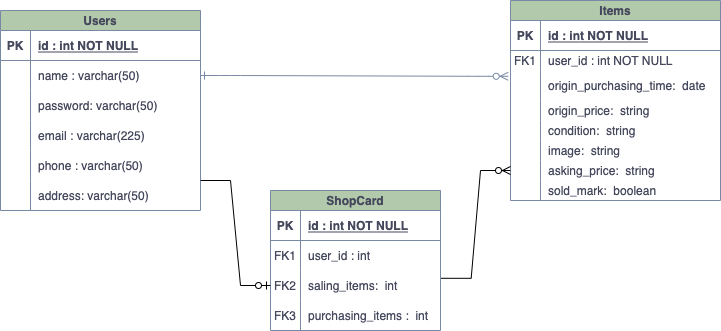
Above: images/thrift.drawio.png in janemzwangnj/onlineThriftShop-vueJs-Django-Python (draw.io), before the change. Source tidied: cells renumbered, new cells last; positions are measured from the earlier drawing's top-left corner, leaving out a move shared by most shapes.
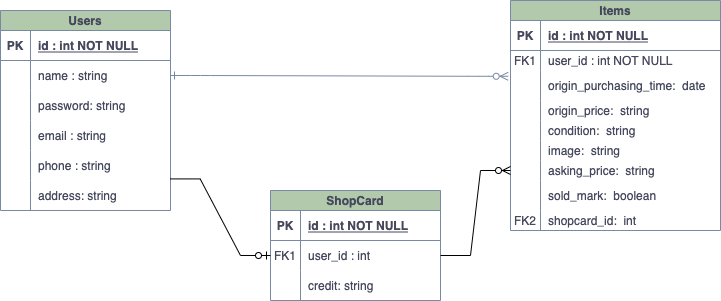
Later version of the same file.

What changed in the source:
```diff
@@ -6,64 +6,64 @@
       <mxGeometry relative="1" as="geometry" />
     </mxCell>
     <mxCell id="3" value="Users" style="shape=table;startSize=20;rowLines=0;fontStyle=1;align=center;fillColor=#B2C9AB;strokeColor=#788AA3;fontColor=#46495D;" parent="1" vertex="1">
-      <mxGeometry y="10" width="200" height="200" as="geometry" />
+      <mxGeometry y="10" width="170" height="200" as="geometry" />
     </mxCell>
     <mxCell id="4" style="shape=partialRectangle;fillColor=none;top=0;left=0;right=0;bottom=1;strokeColor=#788AA3;fontColor=#46495D;" parent="3" vertex="1">
-      <mxGeometry y="20" width="200" height="30" as="geometry" />
+      <mxGeometry y="20" width="170" height="30" as="geometry" />
     </mxCell>
     <mxCell id="5" value="PK" style="shape=partialRectangle;overflow=hidden;fillColor=none;top=0;left=0;bottom=0;right=0;fontStyle=1;strokeColor=#788AA3;fontColor=#46495D;" parent="4" vertex="1">
       <mxGeometry width="30" height="30" as="geometry" />
     </mxCell>
     <mxCell id="6" value="id : int NOT NULL " style="shape=partialRectangle;overflow=hidden;fillColor=none;top=0;left=0;bottom=0;right=0;align=left;spacingLeft=6;fontStyle=5;strokeColor=#788AA3;fontColor=#46495D;" parent="4" vertex="1">
-      <mxGeometry x="30" width="170" height="30" as="geometry" />
+      <mxGeometry x="30" width="140" height="30" as="geometry" />
     </mxCell>
     <mxCell id="7" style="shape=partialRectangle;fillColor=none;points=[[0,0.5],[1,0.5]];portConstraint=eastwest;top=0;left=0;right=0;bottom=0;strokeColor=#788AA3;fontColor=#46495D;" parent="3" vertex="1">
-      <mxGeometry y="50" width="200" height="30" as="geometry" />
+      <mxGeometry y="50" width="170" height="30" as="geometry" />
     </mxCell>
     <mxCell id="8" style="shape=partialRectangle;overflow=hidden;fillColor=none;top=0;left=0;bottom=0;right=0;strokeColor=#788AA3;fontColor=#46495D;" parent="7" vertex="1">
       <mxGeometry width="30" height="30" as="geometry" />
     </mxCell>
-    <mxCell id="9" value="name : varchar(50)" style="shape=partialRectangle;overflow=hidden;fillColor=none;top=0;left=0;bottom=0;right=0;align=left;spacingLeft=6;strokeColor=#788AA3;fontColor=#46495D;" parent="7" vertex="1">
-      <mxGeometry x="30" width="170" height="30" as="geometry" />
+    <mxCell id="9" value="name : string" style="shape=partialRectangle;overflow=hidden;fillColor=none;top=0;left=0;bottom=0;right=0;align=left;spacingLeft=6;strokeColor=#788AA3;fontColor=#46495D;" parent="7" vertex="1">
+      <mxGeometry x="30" width="140" height="30" as="geometry" />
     </mxCell>
     <mxCell id="10" style="shape=partialRectangle;fillColor=none;top=0;left=0;right=0;bottom=0;strokeColor=#788AA3;fontColor=#46495D;" parent="3" vertex="1">
-      <mxGeometry y="80" width="200" height="30" as="geometry" />
+      <mxGeometry y="80" width="170" height="30" as="geometry" />
     </mxCell>
     <mxCell id="11" style="shape=partialRectangle;overflow=hidden;fillColor=none;top=0;left=0;bottom=0;right=0;strokeColor=#788AA3;fontColor=#46495D;" parent="10" vertex="1">
       <mxGeometry width="30" height="30" as="geometry" />
     </mxCell>
-    <mxCell id="12" value="password: varchar(50)" style="shape=partialRectangle;overflow=hidden;fillColor=none;top=0;left=0;bottom=0;right=0;align=left;spacingLeft=6;strokeColor=#788AA3;fontColor=#46495D;" parent="10" vertex="1">
-      <mxGeometry x="30" width="170" height="30" as="geometry" />
+    <mxCell id="12" value="password: string" style="shape=partialRectangle;overflow=hidden;fillColor=none;top=0;left=0;bottom=0;right=0;align=left;spacingLeft=6;strokeColor=#788AA3;fontColor=#46495D;" parent="10" vertex="1">
+      <mxGeometry x="30" width="140" height="30" as="geometry" />
     </mxCell>
     <mxCell id="13" style="shape=partialRectangle;fillColor=none;top=0;left=0;right=0;bottom=0;strokeColor=#788AA3;fontColor=#46495D;" parent="3" vertex="1">
-      <mxGeometry y="110" width="200" height="30" as="geometry" />
+      <mxGeometry y="110" width="170" height="30" as="geometry" />
     </mxCell>
     <mxCell id="14" style="shape=partialRectangle;overflow=hidden;fillColor=none;top=0;left=0;bottom=0;right=0;strokeColor=#788AA3;fontColor=#46495D;" parent="13" vertex="1">
       <mxGeometry width="30" height="30" as="geometry" />
     </mxCell>
-    <mxCell id="15" value="email : varchar(225)" style="shape=partialRectangle;overflow=hidden;fillColor=none;top=0;left=0;bottom=0;right=0;align=left;spacingLeft=6;strokeColor=#788AA3;fontColor=#46495D;" parent="13" vertex="1">
-      <mxGeometry x="30" width="170" height="30" as="geometry" />
+    <mxCell id="15" value="email : string" style="shape=partialRectangle;overflow=hidden;fillColor=none;top=0;left=0;bottom=0;right=0;align=left;spacingLeft=6;strokeColor=#788AA3;fontColor=#46495D;" parent="13" vertex="1">
+      <mxGeometry x="30" width="140" height="30" as="geometry" />
     </mxCell>
     <mxCell id="16" style="shape=partialRectangle;fillColor=none;top=0;left=0;right=0;bottom=0;strokeColor=#788AA3;fontColor=#46495D;" parent="3" vertex="1">
-      <mxGeometry y="140" width="200" height="30" as="geometry" />
+      <mxGeometry y="140" width="170" height="30" as="geometry" />
     </mxCell>
     <mxCell id="17" style="shape=partialRectangle;overflow=hidden;fillColor=none;top=0;left=0;bottom=0;right=0;strokeColor=#788AA3;fontColor=#46495D;" parent="16" vertex="1">
       <mxGeometry width="30" height="30" as="geometry" />
     </mxCell>
-    <mxCell id="18" value="phone : varchar(50)" style="shape=partialRectangle;overflow=hidden;fillColor=none;top=0;left=0;bottom=0;right=0;align=left;spacingLeft=6;strokeColor=#788AA3;fontColor=#46495D;" parent="16" vertex="1">
-      <mxGeometry x="30" width="170" height="30" as="geometry" />
+    <mxCell id="18" value="phone : string" style="shape=partialRectangle;overflow=hidden;fillColor=none;top=0;left=0;bottom=0;right=0;align=left;spacingLeft=6;strokeColor=#788AA3;fontColor=#46495D;" parent="16" vertex="1">
+      <mxGeometry x="30" width="140" height="30" as="geometry" />
     </mxCell>
     <mxCell id="19" style="shape=partialRectangle;fillColor=none;points=[[0,0.5],[1,0.5]];portConstraint=eastwest;top=0;left=0;right=0;bottom=0;strokeColor=#788AA3;fontColor=#46495D;" parent="3" vertex="1">
-      <mxGeometry y="170" width="200" height="30" as="geometry" />
+      <mxGeometry y="170" width="170" height="30" as="geometry" />
     </mxCell>
     <mxCell id="20" style="shape=partialRectangle;overflow=hidden;fillColor=none;top=0;left=0;bottom=0;right=0;strokeColor=#788AA3;fontColor=#46495D;" parent="19" vertex="1">
       <mxGeometry width="30" height="30" as="geometry" />
     </mxCell>
-    <mxCell id="21" value="address: varchar(50)" style="shape=partialRectangle;overflow=hidden;fillColor=none;top=0;left=0;bottom=0;right=0;align=left;spacingLeft=6;strokeColor=#788AA3;fontColor=#46495D;" parent="19" vertex="1">
-      <mxGeometry x="30" width="170" height="30" as="geometry" />
+    <mxCell id="21" value="address: string" style="shape=partialRectangle;overflow=hidden;fillColor=none;top=0;left=0;bottom=0;right=0;align=left;spacingLeft=6;strokeColor=#788AA3;fontColor=#46495D;" parent="19" vertex="1">
+      <mxGeometry x="30" width="140" height="30" as="geometry" />
     </mxCell>
     <mxCell id="22" value="Items" style="shape=table;startSize=20;rowLines=0;fontStyle=1;align=center;fillColor=#B2C9AB;strokeColor=#788AA3;fontColor=#46495D;" parent="1" vertex="1">
-      <mxGeometry x="510" width="210" height="200" as="geometry" />
+      <mxGeometry x="510" width="210" height="230" as="geometry" />
     </mxCell>
     <mxCell id="23" style="shape=partialRectangle;fillColor=none;top=0;left=0;right=0;bottom=1;strokeColor=#788AA3;fontColor=#46495D;" parent="22" vertex="1">
       <mxGeometry y="20" width="210" height="30" as="geometry" />
@@ -129,16 +129,25 @@
       <mxGeometry x="30" width="180" height="20" as="geometry" />
     </mxCell>
     <mxCell id="44" style="shape=partialRectangle;fillColor=none;top=0;left=0;right=0;bottom=0;strokeColor=#788AA3;fontColor=#46495D;" parent="22" vertex="1">
-      <mxGeometry y="180" width="210" height="20" as="geometry" />
+      <mxGeometry y="180" width="210" height="30" as="geometry" />
     </mxCell>
     <mxCell id="45" style="shape=partialRectangle;overflow=hidden;fillColor=none;top=0;left=0;bottom=0;right=0;strokeColor=#788AA3;fontColor=#46495D;" parent="44" vertex="1">
-      <mxGeometry width="30" height="20" as="geometry" />
+      <mxGeometry width="30" height="30" as="geometry" />
     </mxCell>
     <mxCell id="46" value="sold_mark:  boolean" style="shape=partialRectangle;overflow=hidden;fillColor=none;top=0;left=0;bottom=0;right=0;align=left;spacingLeft=6;strokeColor=#788AA3;fontColor=#46495D;" parent="44" vertex="1">
-      <mxGeometry x="30" width="180" height="20" as="geometry" />
+      <mxGeometry x="30" width="180" height="30" as="geometry" />
     </mxCell>
+    <mxCell id="62" style="shape=partialRectangle;fillColor=none;top=0;left=0;right=0;bottom=0;strokeColor=#788AA3;fontColor=#46495D;" parent="22" vertex="1">
+      <mxGeometry y="210" width="210" height="20" as="geometry" />
+    </mxCell>
+    <mxCell id="63" value="FK2" style="shape=partialRectangle;overflow=hidden;fillColor=none;top=0;left=0;bottom=0;right=0;strokeColor=#788AA3;fontColor=#46495D;" parent="62" vertex="1">
+      <mxGeometry width="30" height="20" as="geometry" />
+    </mxCell>
+    <mxCell id="64" value="shopcard_id:  int" style="shape=partialRectangle;overflow=hidden;fillColor=none;top=0;left=0;bottom=0;right=0;align=left;spacingLeft=6;strokeColor=#788AA3;fontColor=#46495D;" parent="62" vertex="1">
+      <mxGeometry x="30" width="180" height="20" as="geometry" />
+    </mxCell>
     <mxCell id="47" value="ShopCard" style="shape=table;startSize=20;rowLines=0;fontStyle=1;align=center;fillColor=#B2C9AB;strokeColor=#788AA3;fontColor=#46495D;" parent="1" vertex="1">
-      <mxGeometry x="270" y="190" width="170" height="140" as="geometry" />
+      <mxGeometry x="270" y="190" width="170" height="110" as="geometry" />
     </mxCell>
     <mxCell id="48" style="shape=partialRectangle;fillColor=none;top=0;left=0;right=0;bottom=1;strokeColor=#788AA3;fontColor=#46495D;" parent="47" vertex="1">
       <mxGeometry y="20" width="170" height="30" as="geometry" />
@@ -161,27 +170,16 @@
     <mxCell id="54" style="shape=partialRectangle;fillColor=none;points=[[0,0.5],[1,0.5]];portConstraint=eastwest;top=0;left=0;right=0;bottom=0;strokeColor=#788AA3;fontColor=#46495D;" parent="47" vertex="1">
       <mxGeometry y="80" width="170" height="30" as="geometry" />
     </mxCell>
-    <mxCell id="55" value="FK2" style="shape=partialRectangle;overflow=hidden;fillColor=none;top=0;left=0;bottom=0;right=0;strokeColor=#788AA3;fontColor=#46495D;" parent="54" vertex="1">
+    <mxCell id="55" style="shape=partialRectangle;overflow=hidden;fillColor=none;top=0;left=0;bottom=0;right=0;strokeColor=#788AA3;fontColor=#46495D;" parent="54" vertex="1">
       <mxGeometry width="30" height="30" as="geometry" />
     </mxCell>
-    <mxCell id="56" value="saling_items:  int" style="shape=partialRectangle;overflow=hidden;fillColor=none;top=0;left=0;bottom=0;right=0;align=left;spacingLeft=6;strokeColor=#788AA3;fontColor=#46495D;" parent="54" vertex="1">
+    <mxCell id="56" value="credit: string" style="shape=partialRectangle;overflow=hidden;fillColor=none;top=0;left=0;bottom=0;right=0;align=left;spacingLeft=6;strokeColor=#788AA3;fontColor=#46495D;" parent="54" vertex="1">
       <mxGeometry x="30" width="140" height="30" as="geometry" />
     </mxCell>
-    <mxCell id="57" style="shape=partialRectangle;fillColor=none;top=0;left=0;right=0;bottom=0;strokeColor=#788AA3;fontColor=#46495D;" parent="47" vertex="1">
-      <mxGeometry y="110" width="170" height="30" as="geometry" />
-    </mxCell>
-    <mxCell id="58" value="FK3" style="shape=partialRectangle;overflow=hidden;fillColor=none;top=0;left=0;bottom=0;right=0;strokeColor=#788AA3;fontColor=#46495D;" parent="57" vertex="1">
-      <mxGeometry width="30" height="30" as="geometry" />
-    </mxCell>
-    <mxCell id="59" value="purchasing_items :  int" style="shape=partialRectangle;overflow=hidden;fillColor=none;top=0;left=0;bottom=0;right=0;align=left;spacingLeft=6;strokeColor=#788AA3;fontColor=#46495D;" parent="57" vertex="1">
-      <mxGeometry x="30" width="140" height="30" as="geometry" />
-    </mxCell>
-    <mxCell id="60" style="edgeStyle=entityRelationEdgeStyle;fontSize=12;html=1;endArrow=ERzeroToOne;endFill=1;rounded=0;entryX=0;entryY=0.5;entryDx=0;entryDy=0;" parent="1" edge="1" target="54">
-      <mxGeometry relative="1" as="geometry">
-        <mxPoint x="200" y="180" as="sourcePoint" />
-      </mxGeometry>
+    <mxCell id="60" style="edgeStyle=entityRelationEdgeStyle;fontSize=12;html=1;endArrow=ERzeroToOne;endFill=1;rounded=0;entryX=0;entryY=0.5;entryDx=0;entryDy=0;exitX=0.998;exitY=-0.053;exitDx=0;exitDy=0;exitPerimeter=0;" parent="1" edge="1" source="19" target="51">
+      <mxGeometry relative="1" as="geometry" />
     </mxCell>
-    <mxCell id="61" style="edgeStyle=entityRelationEdgeStyle;fontSize=12;html=1;endArrow=ERzeroToMany;endFill=1;rounded=0;entryX=0;entryY=0.5;entryDx=0;entryDy=0;exitX=1.004;exitY=0.26;exitDx=0;exitDy=0;exitPerimeter=0;" parent="1" edge="1" source="54" target="41">
+    <mxCell id="61" style="edgeStyle=entityRelationEdgeStyle;fontSize=12;html=1;endArrow=ERzeroToMany;endFill=1;rounded=0;entryX=0;entryY=0.5;entryDx=0;entryDy=0;exitX=1;exitY=0.5;exitDx=0;exitDy=0;" parent="1" edge="1" source="51" target="41">
       <mxGeometry relative="1" as="geometry" />
     </mxCell>
   </root>
```
